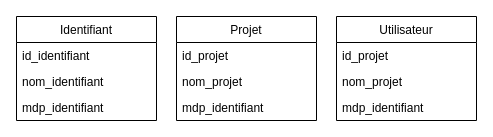
Above: Analyse/MDD.drawio in Owe1n/LogMe (draw.io), before the change. Source tidied: cells renumbered, new cells numbered last; positions are measured from the earlier drawing's top-left corner, leaving out a move shared by most shapes. Both pictures are drawn from the tidied source at 100%, with x=0, y=0 at pixel (16, 16).
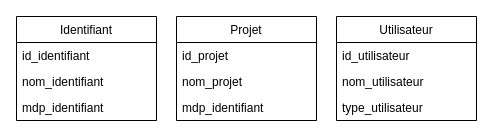
The same diagram, later.

What changed in the source:
```diff
@@
 <mxGraphModel>
   <root>
     <mxCell id="0" />
     <mxCell id="1" parent="0" />
     <mxCell id="2" value="Identifiant" style="swimlane;fontStyle=0;horizontal=1;startSize=26;" parent="1" vertex="1">
       <mxGeometry width="140" height="104" as="geometry" />
     </mxCell>
     <mxCell id="3" value="id_identifiant&#10;" style="text;strokeColor=none;fillColor=none;align=left;verticalAlign=top;spacingLeft=4;spacingRight=4;overflow=hidden;" parent="2" vertex="1">
       <mxGeometry y="26" width="140" height="26" as="geometry" />
     </mxCell>
     <mxCell id="4" value="nom_identifiant" style="text;strokeColor=none;fillColor=none;align=left;verticalAlign=top;spacingLeft=4;spacingRight=4;overflow=hidden;" parent="2" vertex="1">
       <mxGeometry y="52" width="140" height="26" as="geometry" />
     </mxCell>
     <mxCell id="5" value="mdp_identifiant" style="text;strokeColor=none;fillColor=none;align=left;verticalAlign=top;spacingLeft=4;spacingRight=4;overflow=hidden;" parent="2" vertex="1">
       <mxGeometry y="78" width="140" height="26" as="geometry" />
     </mxCell>
     <mxCell id="6" value="Projet" style="swimlane;fontStyle=0;horizontal=1;startSize=26;" parent="1" vertex="1">
       <mxGeometry x="160" width="140" height="104" as="geometry" />
     </mxCell>
     <mxCell id="7" value="id_projet&#10;" style="text;strokeColor=none;fillColor=none;align=left;verticalAlign=top;spacingLeft=4;spacingRight=4;overflow=hidden;" parent="6" vertex="1">
       <mxGeometry y="26" width="140" height="26" as="geometry" />
     </mxCell>
     <mxCell id="8" value="nom_projet" style="text;strokeColor=none;fillColor=none;align=left;verticalAlign=top;spacingLeft=4;spacingRight=4;overflow=hidden;" parent="6" vertex="1">
       <mxGeometry y="52" width="140" height="26" as="geometry" />
     </mxCell>
     <mxCell id="9" value="mdp_identifiant" style="text;strokeColor=none;fillColor=none;align=left;verticalAlign=top;spacingLeft=4;spacingRight=4;overflow=hidden;" parent="6" vertex="1">
       <mxGeometry y="78" width="140" height="26" as="geometry" />
     </mxCell>
     <mxCell id="10" value="Utilisateur" style="swimlane;fontStyle=0;horizontal=1;startSize=26;" parent="1" vertex="1">
       <mxGeometry x="320" width="140" height="104" as="geometry" />
     </mxCell>
-    <mxCell id="11" value="id_projet&#10;" style="text;strokeColor=none;fillColor=none;align=left;verticalAlign=top;spacingLeft=4;spacingRight=4;overflow=hidden;" parent="10" vertex="1">
+    <mxCell id="11" value="id_utilisateur   &#10;" style="text;strokeColor=none;fillColor=none;align=left;verticalAlign=top;spacingLeft=4;spacingRight=4;overflow=hidden;" parent="10" vertex="1">
       <mxGeometry y="26" width="140" height="26" as="geometry" />
     </mxCell>
-    <mxCell id="12" value="nom_projet" style="text;strokeColor=none;fillColor=none;align=left;verticalAlign=top;spacingLeft=4;spacingRight=4;overflow=hidden;" parent="10" vertex="1">
+    <mxCell id="12" value="nom_utilisateur" style="text;strokeColor=none;fillColor=none;align=left;verticalAlign=top;spacingLeft=4;spacingRight=4;overflow=hidden;" parent="10" vertex="1">
       <mxGeometry y="52" width="140" height="26" as="geometry" />
     </mxCell>
-    <mxCell id="13" value="mdp_identifiant" style="text;strokeColor=none;fillColor=none;align=left;verticalAlign=top;spacingLeft=4;spacingRight=4;overflow=hidden;" parent="10" vertex="1">
+    <mxCell id="13" value="type_utilisateur" style="text;strokeColor=none;fillColor=none;align=left;verticalAlign=top;spacingLeft=4;spacingRight=4;overflow=hidden;" parent="10" vertex="1">
       <mxGeometry y="78" width="140" height="26" as="geometry" />
     </mxCell>
   </root>
 </mxGraphModel>
```
